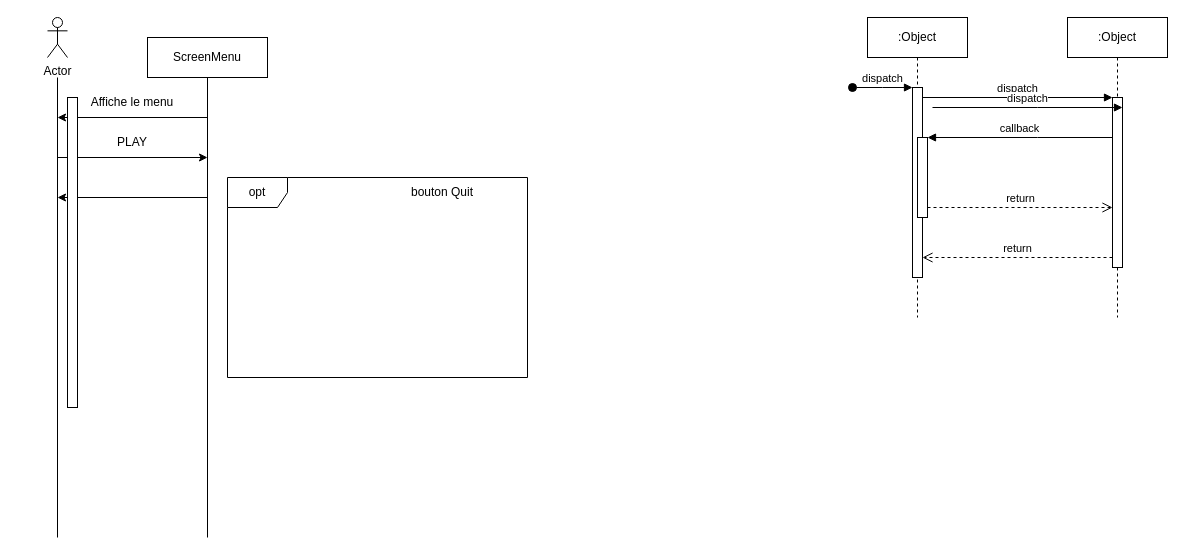
Earlier version of the draw.io diagram DiagrammeSequence.drawio (BMaurice56/Tamagotchi). Source tidied: cells renumbered, new cells numbered last; positions are measured from the earlier drawing's top-left corner, leaving out a move shared by most shapes. Both pictures are drawn from the tidied source at 100%, with x=0, y=0 at pixel (47, 17).
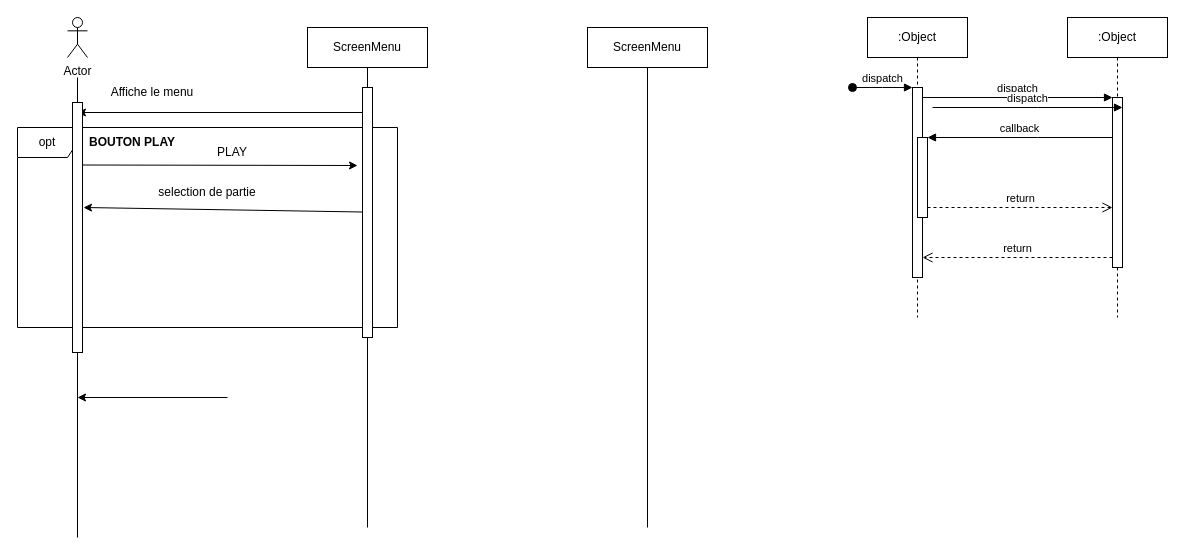
The same page after the edit.

Commit message:
Mettre à jour DiagrammeSequence.drawio

What changed in the source:
```diff
@@
     <mxCell id="12" value="Actor" style="shape=umlActor;verticalLabelPosition=bottom;verticalAlign=top;html=1;" parent="1" vertex="1">
-      <mxGeometry width="20" height="40" as="geometry" />
+      <mxGeometry x="20" width="20" height="40" as="geometry" />
     </mxCell>
     <mxCell id="13" style="endArrow=none;html=1;rounded=0;" parent="1" edge="1">
       <mxGeometry relative="1" as="geometry">
-        <mxPoint x="10" y="520" as="sourcePoint" />
-        <mxPoint x="10" y="60" as="targetPoint" />
+        <mxPoint x="30" y="520" as="sourcePoint" />
+        <mxPoint x="30" y="60" as="targetPoint" />
       </mxGeometry>
     </mxCell>
-    <mxCell id="14" style="endArrow=none;html=1;rounded=0;" parent="1" edge="1">
+    <mxCell id="14" style="endArrow=none;html=1;rounded=0;" parent="1" edge="1" source="24">
       <mxGeometry relative="1" as="geometry">
-        <mxPoint x="160" y="520" as="sourcePoint" />
-        <mxPoint x="160" y="60" as="targetPoint" />
+        <mxPoint x="320" y="50" as="targetPoint" />
       </mxGeometry>
     </mxCell>
     <mxCell id="15" value="ScreenMenu" style="rounded=0;whiteSpace=wrap;html=1;" parent="1" vertex="1">
-      <mxGeometry x="100" y="20" width="120" height="40" as="geometry" />
+      <mxGeometry x="260" y="10" width="120" height="40" as="geometry" />
     </mxCell>
-    <mxCell id="16" style="endArrow=classic;html=1;rounded=0;" parent="1" edge="1">
+    <mxCell id="16" style="endArrow=classic;html=1;rounded=0;exitX=1;exitY=0.25;exitDx=0;exitDy=0;" parent="1" edge="1" source="32">
       <mxGeometry relative="1" as="geometry">
-        <mxPoint x="10" y="140" as="sourcePoint" />
-        <mxPoint x="160" y="140" as="targetPoint" />
+        <mxPoint x="310" y="148" as="targetPoint" />
       </mxGeometry>
     </mxCell>
-    <mxCell id="17" style="endArrow=classic;html=1;rounded=0;" parent="1" edge="1">
+    <mxCell id="17" style="endArrow=classic;html=1;rounded=0;exitX=0.5;exitY=0.1;exitDx=0;exitDy=0;exitPerimeter=0;" parent="1" edge="1" source="24">
       <mxGeometry relative="1" as="geometry">
-        <mxPoint x="160" y="100" as="sourcePoint" />
-        <mxPoint x="10" y="100" as="targetPoint" />
+        <mxPoint x="30" y="95" as="targetPoint" />
       </mxGeometry>
     </mxCell>
     <mxCell id="18" value="&lt;div align=&quot;center&quot;&gt;Affiche le menu&lt;br&gt;&lt;/div&gt;" style="text;html=1;strokeColor=none;fillColor=none;align=center;verticalAlign=middle;whiteSpace=wrap;rounded=0;" parent="1" vertex="1">
-      <mxGeometry x="10" y="70" width="150" height="30" as="geometry" />
+      <mxGeometry x="30" y="60" width="150" height="30" as="geometry" />
     </mxCell>
     <mxCell id="19" value="&lt;div align=&quot;center&quot;&gt;PLAY&lt;/div&gt;" style="text;html=1;strokeColor=none;fillColor=none;align=center;verticalAlign=middle;whiteSpace=wrap;rounded=0;" parent="1" vertex="1">
-      <mxGeometry x="10" y="110" width="150" height="30" as="geometry" />
+      <mxGeometry x="110" y="120" width="150" height="30" as="geometry" />
     </mxCell>
@@
     <mxCell id="21" style="endArrow=classic;html=1;rounded=0;" parent="1" edge="1">
       <mxGeometry relative="1" as="geometry">
-        <mxPoint x="160" y="180" as="sourcePoint" />
-        <mxPoint x="10" y="180" as="targetPoint" />
+        <mxPoint x="180" y="380" as="sourcePoint" />
+        <mxPoint x="30" y="380" as="targetPoint" />
       </mxGeometry>
     </mxCell>
-    <mxCell id="22" value="&lt;div align=&quot;center&quot;&gt;bouton Quit&lt;/div&gt;" style="text;html=1;strokeColor=none;fillColor=none;align=center;verticalAlign=middle;whiteSpace=wrap;rounded=0;" parent="1" vertex="1">
-      <mxGeometry x="320" y="160" width="150" height="30" as="geometry" />
-    </mxCell>
     <mxCell id="23" value="opt" style="shape=umlFrame;whiteSpace=wrap;html=1;" parent="1" vertex="1">
-      <mxGeometry x="180" y="160" width="300" height="200" as="geometry" />
+      <mxGeometry x="-30" y="110" width="380" height="200" as="geometry" />
     </mxCell>
+    <mxCell id="25" style="endArrow=none;html=1;rounded=0;" parent="1" edge="1">
+      <mxGeometry relative="1" as="geometry">
+        <mxPoint x="600" y="510" as="sourcePoint" />
+        <mxPoint x="600" y="50" as="targetPoint" />
+      </mxGeometry>
+    </mxCell>
+    <mxCell id="26" value="ScreenMenu" style="rounded=0;whiteSpace=wrap;html=1;" parent="1" vertex="1">
+      <mxGeometry x="540" y="10" width="120" height="40" as="geometry" />
+    </mxCell>
+    <mxCell id="27" style="endArrow=none;html=1;rounded=0;" parent="1" edge="1" target="24">
+      <mxGeometry relative="1" as="geometry">
+        <mxPoint x="320" y="510" as="sourcePoint" />
+      </mxGeometry>
+    </mxCell>
     <mxCell id="24" style="rounded=0;whiteSpace=wrap;html=1;" parent="1" vertex="1">
-      <mxGeometry x="20" y="80" width="10" height="310" as="geometry" />
+      <mxGeometry x="315" y="70" width="10" height="250" as="geometry" />
     </mxCell>
+    <mxCell id="28" value="&lt;div align=&quot;center&quot;&gt;selection de partie&lt;/div&gt;" style="text;html=1;strokeColor=none;fillColor=none;align=center;verticalAlign=middle;whiteSpace=wrap;rounded=0;" parent="1" vertex="1">
+      <mxGeometry x="80" y="160" width="160" height="30" as="geometry" />
+    </mxCell>
+    <mxCell id="29" style="endArrow=classic;html=1;rounded=0;entryX=1.1;entryY=0.42;entryDx=0;entryDy=0;entryPerimeter=0;" parent="1" edge="1" target="32">
+      <mxGeometry relative="1" as="geometry">
+        <mxPoint x="315" y="194.5" as="sourcePoint" />
+      </mxGeometry>
+    </mxCell>
+    <mxCell id="30" value="BOUTON PLAY" style="text;html=1;strokeColor=none;fillColor=none;align=center;verticalAlign=middle;whiteSpace=wrap;rounded=0;fontStyle=1;" parent="1" vertex="1">
+      <mxGeometry x="40" y="110" width="90" height="30" as="geometry" />
+    </mxCell>
+    <mxCell id="31" style="endArrow=classic;html=1;rounded=0;" parent="1" edge="1" target="32">
+      <mxGeometry relative="1" as="geometry">
+        <mxPoint x="30" y="149.5" as="sourcePoint" />
+      </mxGeometry>
+    </mxCell>
+    <mxCell id="32" style="rounded=0;whiteSpace=wrap;html=1;" parent="1" vertex="1">
+      <mxGeometry x="25" y="85" width="10" height="250" as="geometry" />
+    </mxCell>
```
